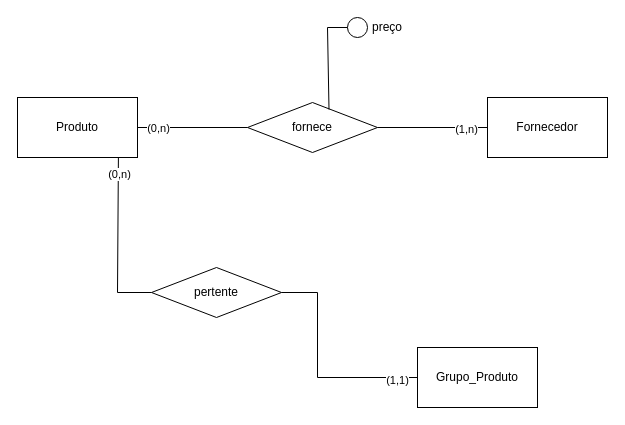
mateus-s-a/IFMT_Eng_Computacao keeps this draw.io diagram as Banco-de-Dados/ex_07(autopecas).drawio. Above is the earlier version. Source tidied: cells renumbered, new cells numbered last; positions are measured from the earlier drawing's top-left corner, leaving out a move shared by most shapes. Both pictures are drawn from the tidied source at 100%, with x=0, y=0 at pixel (17, 17).
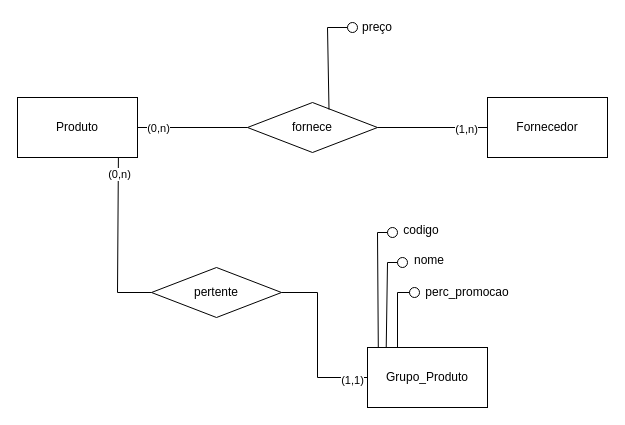
After the change.

The edit, as a diff of the source:
```diff
@@
     <mxCell id="10" style="ellipse;whiteSpace=wrap;html=1;" parent="1" vertex="1">
-      <mxGeometry x="330" width="20" height="20" as="geometry" />
+      <mxGeometry x="330" y="5" width="10" height="10" as="geometry" />
     </mxCell>
@@
     <mxCell id="12" value="preço" style="text;strokeColor=none;align=center;fillColor=none;html=1;verticalAlign=middle;whiteSpace=wrap;rounded=0;" parent="1" vertex="1">
-      <mxGeometry x="350" y="2.5" width="40" height="15" as="geometry" />
+      <mxGeometry x="340" y="2.5" width="40" height="15" as="geometry" />
     </mxCell>
@@
     <mxCell id="15" value="Grupo_Produto" style="rounded=0;whiteSpace=wrap;html=1;" parent="1" vertex="1">
-      <mxGeometry x="400" y="330" width="120" height="60" as="geometry" />
+      <mxGeometry x="350" y="330" width="120" height="60" as="geometry" />
     </mxCell>
@@
+    <mxCell id="18" style="ellipse;whiteSpace=wrap;html=1;" parent="1" vertex="1">
+      <mxGeometry x="370" y="210" width="10" height="10" as="geometry" />
+    </mxCell>
+    <mxCell id="19" style="endArrow=none;html=1;rounded=0;exitX=0.09;exitY=0.003;exitDx=0;exitDy=0;exitPerimeter=0;entryX=0;entryY=0.5;entryDx=0;entryDy=0;" parent="1" edge="1" source="15" target="18">
+      <mxGeometry relative="1" as="geometry">
+        <Array as="points">
+          <mxPoint x="360" y="215" />
+        </Array>
+      </mxGeometry>
+    </mxCell>
+    <mxCell id="20" value="codigo" style="text;strokeColor=none;align=center;fillColor=none;html=1;verticalAlign=middle;whiteSpace=wrap;rounded=0;" parent="1" vertex="1">
+      <mxGeometry x="379" y="203" width="50" height="20" as="geometry" />
+    </mxCell>
+    <mxCell id="21" style="ellipse;whiteSpace=wrap;html=1;" parent="1" vertex="1">
+      <mxGeometry x="380" y="240" width="10" height="10" as="geometry" />
+    </mxCell>
+    <mxCell id="22" value="nome" style="text;strokeColor=none;align=center;fillColor=none;html=1;verticalAlign=middle;whiteSpace=wrap;rounded=0;" parent="1" vertex="1">
+      <mxGeometry x="392" y="233" width="40" height="20" as="geometry" />
+    </mxCell>
+    <mxCell id="23" style="ellipse;whiteSpace=wrap;html=1;" parent="1" vertex="1">
+      <mxGeometry x="392" y="270" width="10" height="10" as="geometry" />
+    </mxCell>
+    <mxCell id="24" value="perc_promocao" style="text;strokeColor=none;align=center;fillColor=none;html=1;verticalAlign=middle;whiteSpace=wrap;rounded=0;" parent="1" vertex="1">
+      <mxGeometry x="420" y="260" width="60" height="30" as="geometry" />
+    </mxCell>
+    <mxCell id="25" style="endArrow=none;html=1;rounded=0;entryX=0;entryY=0.5;entryDx=0;entryDy=0;exitX=0.156;exitY=-0.005;exitDx=0;exitDy=0;exitPerimeter=0;" parent="1" edge="1" source="15" target="21">
+      <mxGeometry relative="1" as="geometry">
+        <Array as="points">
+          <mxPoint x="370" y="245" />
+        </Array>
+      </mxGeometry>
+    </mxCell>
+    <mxCell id="26" style="endArrow=none;html=1;rounded=0;entryX=0;entryY=0.5;entryDx=0;entryDy=0;" parent="1" edge="1" target="23">
+      <mxGeometry relative="1" as="geometry">
+        <mxPoint x="380" y="330" as="sourcePoint" />
+        <Array as="points">
+          <mxPoint x="380" y="275" />
+        </Array>
+      </mxGeometry>
+    </mxCell>
```
